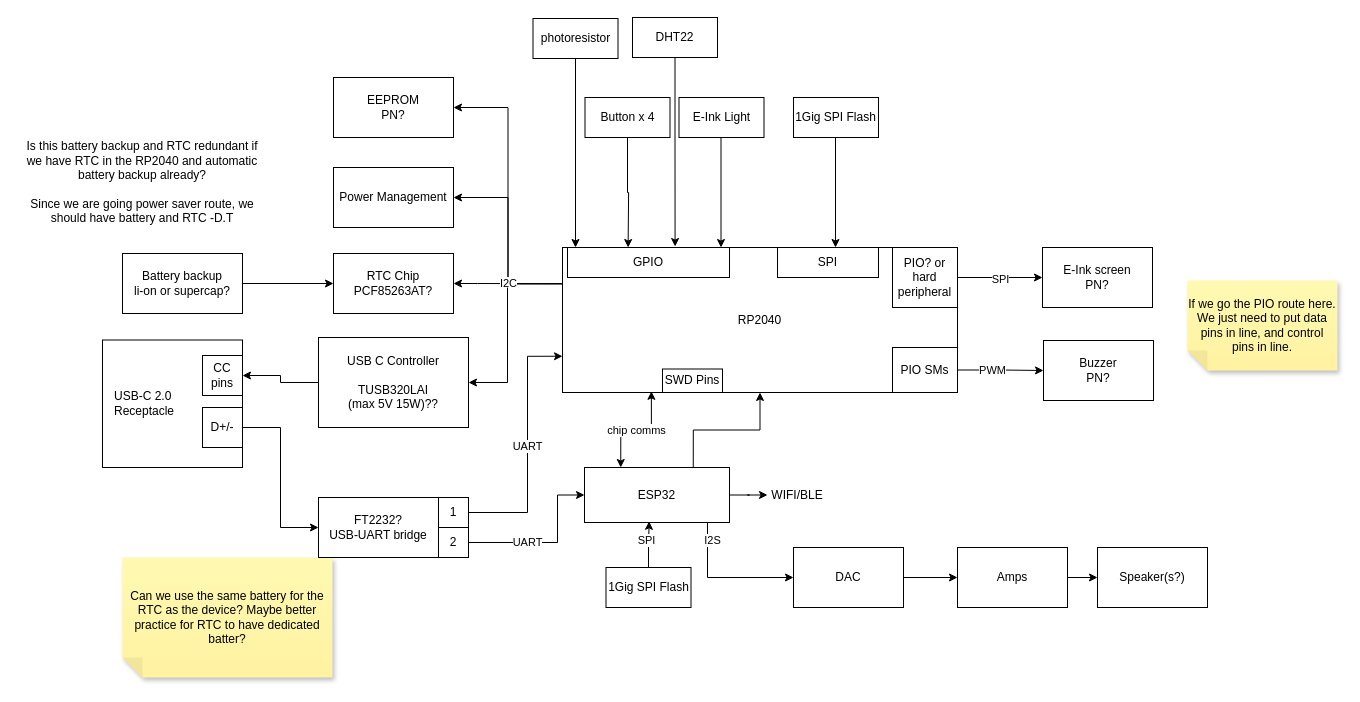
Earlier version of the draw.io diagram page "Data Path" (1 of 2) of hw_architecture/alarm_clk_blk.drawio (DawsonTheroux/alarm_clock). Source tidied: cells renumbered, new cells numbered last; positions are measured from the earlier drawing's top-left corner, leaving out a move shared by most shapes. Both pictures are drawn from the tidied source at 100%, with x=0, y=0 at pixel (17, 17).
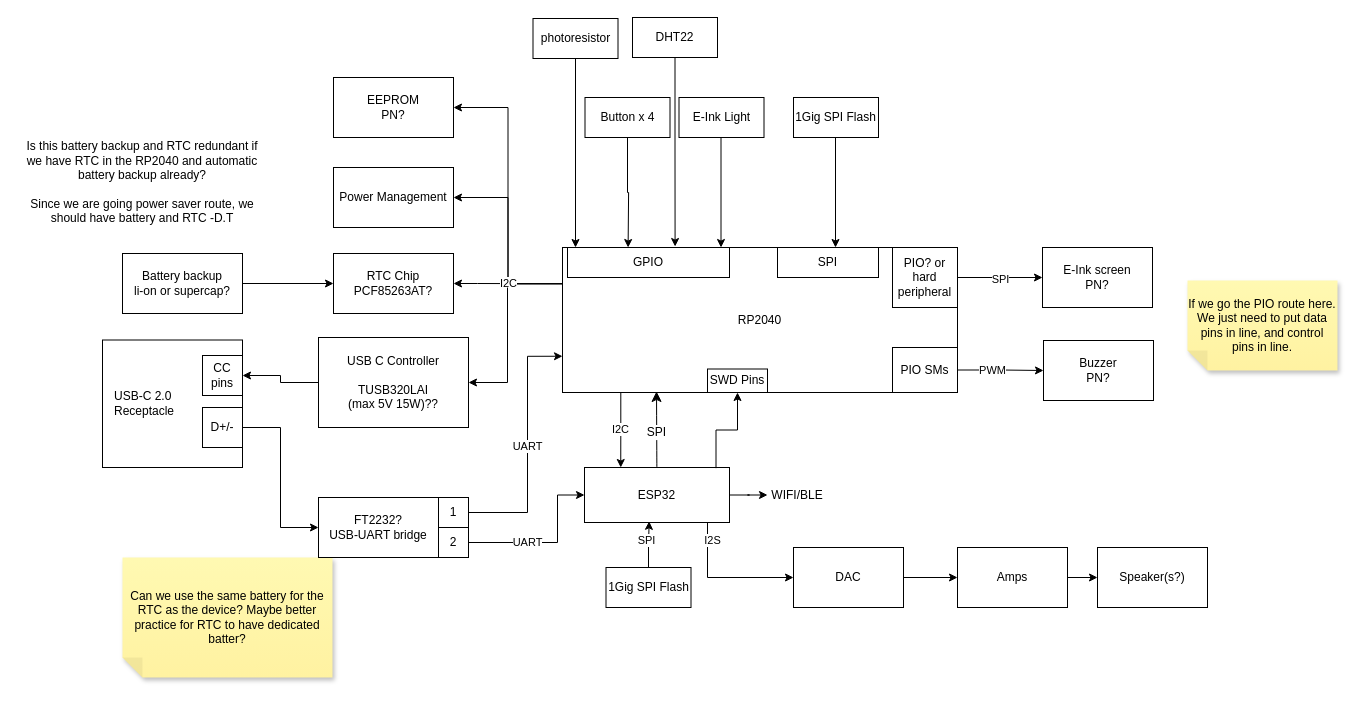
The same page after the edit.

Unchanged cells that the change refers to:
```xml
<mxCell id="7" value="&lt;div style=&quot;text-align: justify;&quot;&gt;&lt;span style=&quot;background-color: initial;&quot;&gt;RP2040&lt;/span&gt;&lt;/div&gt;" style="rounded=0;whiteSpace=wrap;html=1;" parent="1" vertex="1">
  <mxGeometry x="545" y="230" width="395" height="145" as="geometry" />
</mxCell>
<mxCell id="12" value="&lt;div style=&quot;&quot;&gt;&lt;span style=&quot;background-color: initial;&quot;&gt;ESP32&lt;/span&gt;&lt;/div&gt;" style="rounded=0;whiteSpace=wrap;html=1;align=center;" parent="1" vertex="1">
  <mxGeometry x="567" y="450" width="145" height="55" as="geometry" />
</mxCell>
```

What changed in the source:
```diff
@@
-    <mxCell id="8" value="chip comms" style="edgeStyle=orthogonalEdgeStyle;rounded=0;jettySize=auto;html=1;entryX=0.225;entryY=0.992;entryDx=0;entryDy=0;exitX=0.25;exitY=0;exitDx=0;exitDy=0;entryPerimeter=0;startArrow=classic;startFill=1;" parent="1" edge="1" source="12" target="7">
-      <mxGeometry relative="1" as="geometry" />
+    <mxCell id="8" value="I2C" style="edgeStyle=orthogonalEdgeStyle;rounded=0;jettySize=auto;html=1;exitX=0.25;exitY=0;exitDx=0;exitDy=0;startArrow=classic;startFill=1;endArrow=none;endFill=0;" parent="1" edge="1" source="12" target="7">
+      <mxGeometry relative="1" as="geometry">
+        <Array as="points">
+          <mxPoint x="603" y="413" />
+          <mxPoint x="603" y="413" />
+        </Array>
+      </mxGeometry>
     </mxCell>
@@
+    <mxCell id="63" style="edgeStyle=none;curved=1;rounded=0;jettySize=auto;html=1;entryX=0.238;entryY=0.993;entryDx=0;entryDy=0;fontSize=12;startSize=8;endSize=8;entryPerimeter=0;" parent="1" edge="1" source="12" target="7">
+      <mxGeometry relative="1" as="geometry" />
+    </mxCell>
+    <mxCell id="64" value="SPI" style="edgeLabel;html=1;align=center;verticalAlign=middle;fontSize=12;" parent="63" vertex="1">
+      <mxGeometry x="-0.1" y="1" relative="1" as="geometry">
+        <mxPoint y="-2" as="offset" />
+      </mxGeometry>
+    </mxCell>
@@
     <mxCell id="32" value="SWD Pins" style="rounded=0;whiteSpace=wrap;html=1;" parent="1" vertex="1">
-      <mxGeometry x="645" y="351.5" width="60" height="23.5" as="geometry" />
+      <mxGeometry x="690" y="351.5" width="60" height="23.5" as="geometry" />
     </mxCell>
-    <mxCell id="33" style="edgeStyle=orthogonalEdgeStyle;rounded=0;jettySize=auto;html=1;exitX=0.75;exitY=0;exitDx=0;exitDy=0;" parent="1" edge="1" source="12" target="7">
+    <mxCell id="33" style="edgeStyle=orthogonalEdgeStyle;rounded=0;jettySize=auto;html=1;exitX=0.907;exitY=0.012;exitDx=0;exitDy=0;entryX=0.5;entryY=1;entryDx=0;entryDy=0;exitPerimeter=0;" parent="1" edge="1" source="12" target="32">
       <mxGeometry relative="1" as="geometry" />
     </mxCell>
```
